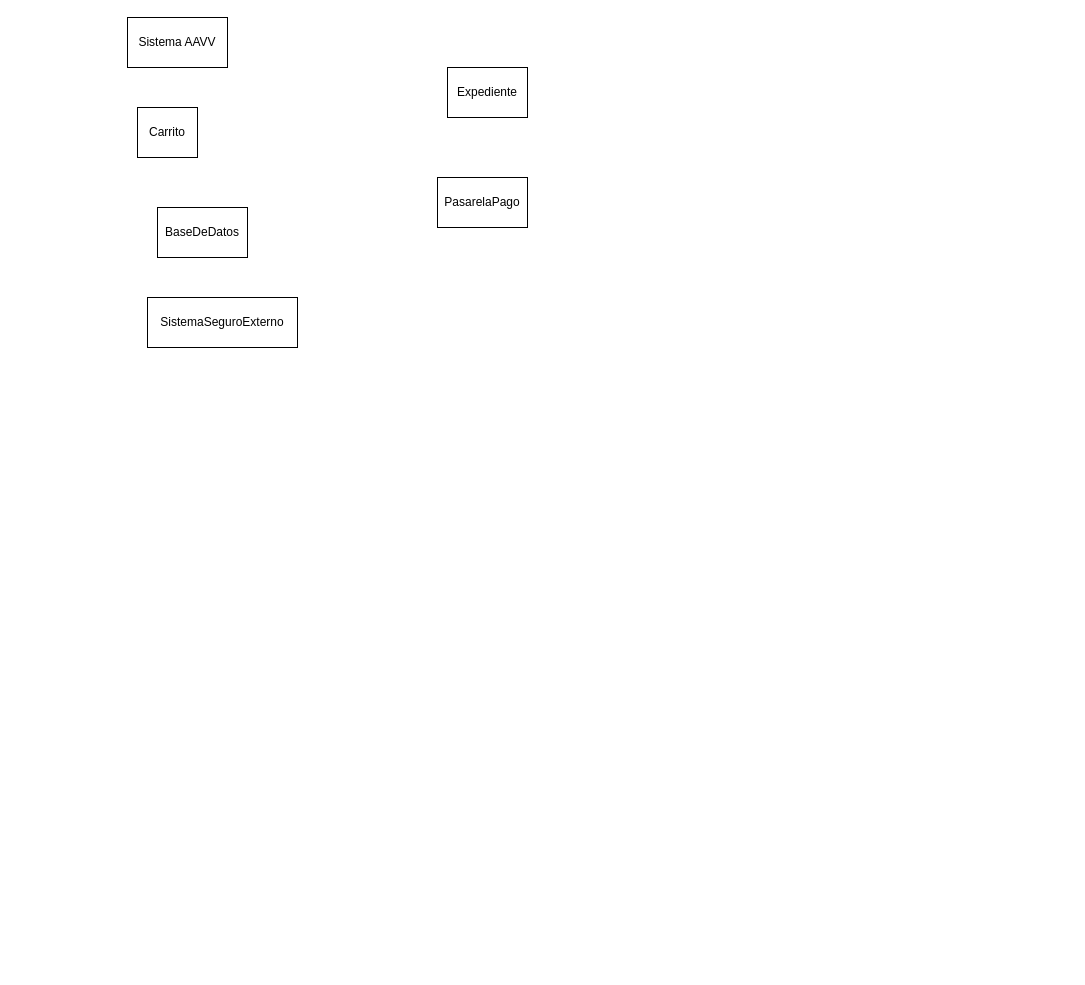
JavierIbarra25/Diseno-Orientado-a-Objetos keeps this draw.io diagram as DiagramaDeSecuencia.drawio. Above is the earlier version. Source tidied: cells renumbered, new cells numbered last; positions are measured from the earlier drawing's top-left corner, leaving out a move shared by most shapes. Both pictures are drawn from the tidied source at 100%, with x=0, y=0 at pixel (127, 17).
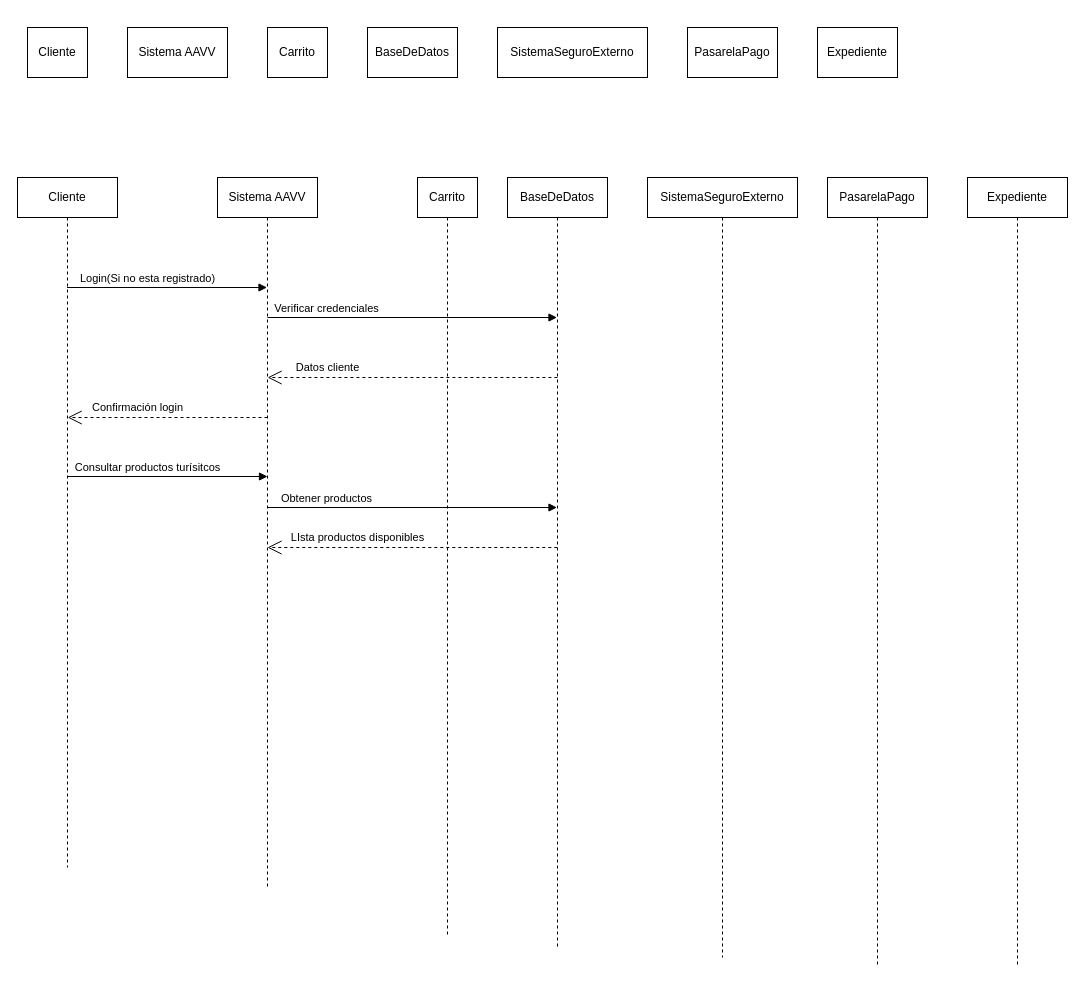
Above is the later version.

Diff of the diagram source:
```diff
@@
     <mxCell id="2" value="Sistema AAVV" style="html=1;whiteSpace=wrap;" parent="1" vertex="1">
-      <mxGeometry width="100" height="50" as="geometry" />
+      <mxGeometry y="10" width="100" height="50" as="geometry" />
     </mxCell>
     <mxCell id="3" value="Carrito" style="html=1;whiteSpace=wrap;" parent="1" vertex="1">
-      <mxGeometry x="10" y="90" width="60" height="50" as="geometry" />
+      <mxGeometry x="140" y="10" width="60" height="50" as="geometry" />
     </mxCell>
     <mxCell id="4" value="BaseDeDatos" style="html=1;whiteSpace=wrap;" parent="1" vertex="1">
-      <mxGeometry x="30" y="190" width="90" height="50" as="geometry" />
+      <mxGeometry x="240" y="10" width="90" height="50" as="geometry" />
     </mxCell>
     <mxCell id="5" value="SistemaSeguroExterno" style="html=1;whiteSpace=wrap;" parent="1" vertex="1">
-      <mxGeometry x="20" y="280" width="150" height="50" as="geometry" />
+      <mxGeometry x="370" y="10" width="150" height="50" as="geometry" />
     </mxCell>
     <mxCell id="6" value="PasarelaPago" style="html=1;whiteSpace=wrap;" parent="1" vertex="1">
-      <mxGeometry x="310" y="160" width="90" height="50" as="geometry" />
+      <mxGeometry x="560" y="10" width="90" height="50" as="geometry" />
     </mxCell>
     <mxCell id="7" value="Expediente" style="html=1;whiteSpace=wrap;" parent="1" vertex="1">
-      <mxGeometry x="320" y="50" width="80" height="50" as="geometry" />
+      <mxGeometry x="690" y="10" width="80" height="50" as="geometry" />
     </mxCell>
+    <mxCell id="8" value="Cliente" style="html=1;whiteSpace=wrap;" parent="1" vertex="1">
+      <mxGeometry x="-100" y="10" width="60" height="50" as="geometry" />
+    </mxCell>
+    <mxCell id="9" value="Sistema AAVV" style="shape=umlLifeline;perimeter=lifelinePerimeter;whiteSpace=wrap;html=1;outlineConnect=0;portConstraint=eastwest;newEdgeStyle={&quot;curved&quot;:0,&quot;rounded&quot;:0};" parent="1" vertex="1">
+      <mxGeometry x="90" y="160" width="100" height="710" as="geometry" />
+    </mxCell>
+    <mxCell id="10" value="Cliente" style="shape=umlLifeline;perimeter=lifelinePerimeter;whiteSpace=wrap;html=1;outlineConnect=0;portConstraint=eastwest;newEdgeStyle={&quot;curved&quot;:0,&quot;rounded&quot;:0};" parent="1" vertex="1">
+      <mxGeometry x="-110" y="160" width="100" height="690" as="geometry" />
+    </mxCell>
+    <mxCell id="11" value="SistemaSeguroExterno" style="shape=umlLifeline;perimeter=lifelinePerimeter;whiteSpace=wrap;html=1;newEdgeStyle={&quot;curved&quot;:0,&quot;rounded&quot;:0};" parent="1" vertex="1">
+      <mxGeometry x="520" y="160" width="150" height="780" as="geometry" />
+    </mxCell>
+    <mxCell id="12" value="BaseDeDatos" style="shape=umlLifeline;perimeter=lifelinePerimeter;whiteSpace=wrap;html=1;outlineConnect=0;portConstraint=eastwest;newEdgeStyle={&quot;curved&quot;:0,&quot;rounded&quot;:0};" parent="1" vertex="1">
+      <mxGeometry x="380" y="160" width="100" height="770" as="geometry" />
+    </mxCell>
+    <mxCell id="13" value="Carrito" style="shape=umlLifeline;perimeter=lifelinePerimeter;whiteSpace=wrap;html=1;newEdgeStyle={&quot;curved&quot;:0,&quot;rounded&quot;:0};" parent="1" vertex="1">
+      <mxGeometry x="290" y="160" width="60" height="760" as="geometry" />
+    </mxCell>
+    <mxCell id="14" value="PasarelaPago" style="shape=umlLifeline;perimeter=lifelinePerimeter;whiteSpace=wrap;html=1;newEdgeStyle={&quot;curved&quot;:0,&quot;rounded&quot;:0};" parent="1" vertex="1">
+      <mxGeometry x="700" y="160" width="100" height="790" as="geometry" />
+    </mxCell>
+    <mxCell id="15" value="Expediente" style="shape=umlLifeline;perimeter=lifelinePerimeter;whiteSpace=wrap;html=1;newEdgeStyle={&quot;curved&quot;:0,&quot;rounded&quot;:0};" parent="1" vertex="1">
+      <mxGeometry x="840" y="160" width="100" height="790" as="geometry" />
+    </mxCell>
+    <mxCell id="16" value="Login(Si no esta registrado)" style="html=1;verticalAlign=bottom;endArrow=block;curved=0;rounded=0;" parent="1" edge="1" target="9">
+      <mxGeometry x="-0.2" relative="1" as="geometry">
+        <mxPoint x="-60.5" y="270" as="sourcePoint" />
+      </mxGeometry>
+    </mxCell>
+    <mxCell id="17" value="Verificar credenciales" style="html=1;verticalAlign=bottom;endArrow=block;curved=0;rounded=0;" parent="1" edge="1" target="12">
+      <mxGeometry x="-0.59" relative="1" as="geometry">
+        <mxPoint x="140" y="300" as="sourcePoint" />
+      </mxGeometry>
+    </mxCell>
+    <mxCell id="18" value="Datos cliente" style="endArrow=open;endSize=12;dashed=1;html=1;rounded=0;" parent="1" edge="1">
+      <mxGeometry x="0.59" y="-10" relative="1" as="geometry">
+        <mxPoint x="429.9" y="360" as="sourcePoint" />
+        <mxPoint x="140.1" y="360" as="targetPoint" />
+      </mxGeometry>
+    </mxCell>
+    <mxCell id="19" value="Confirmación login" style="endArrow=open;endSize=12;dashed=1;html=1;rounded=0;" parent="1" edge="1">
+      <mxGeometry x="0.3" y="-10" relative="1" as="geometry">
+        <mxPoint x="140" y="400" as="sourcePoint" />
+        <mxPoint x="-59.8" y="400" as="targetPoint" />
+      </mxGeometry>
+    </mxCell>
+    <mxCell id="20" value="Consultar productos turísitcos" style="html=1;verticalAlign=bottom;endArrow=block;curved=0;rounded=0;" parent="1" edge="1" source="10">
+      <mxGeometry x="-0.2" relative="1" as="geometry">
+        <mxPoint x="140" y="459" as="targetPoint" />
+      </mxGeometry>
+    </mxCell>
+    <mxCell id="21" value="Obtener productos" style="html=1;verticalAlign=bottom;endArrow=block;curved=0;rounded=0;" parent="1" edge="1" target="12">
+      <mxGeometry x="-0.59" relative="1" as="geometry">
+        <mxPoint x="140" y="490" as="sourcePoint" />
+      </mxGeometry>
+    </mxCell>
+    <mxCell id="22" value="LIsta productos disponibles" style="endArrow=open;endSize=12;dashed=1;html=1;rounded=0;" parent="1" edge="1">
+      <mxGeometry x="0.38" y="-10" relative="1" as="geometry">
+        <mxPoint x="429.8" y="530" as="sourcePoint" />
+        <mxPoint x="140" y="530" as="targetPoint" />
+      </mxGeometry>
+    </mxCell>
```
